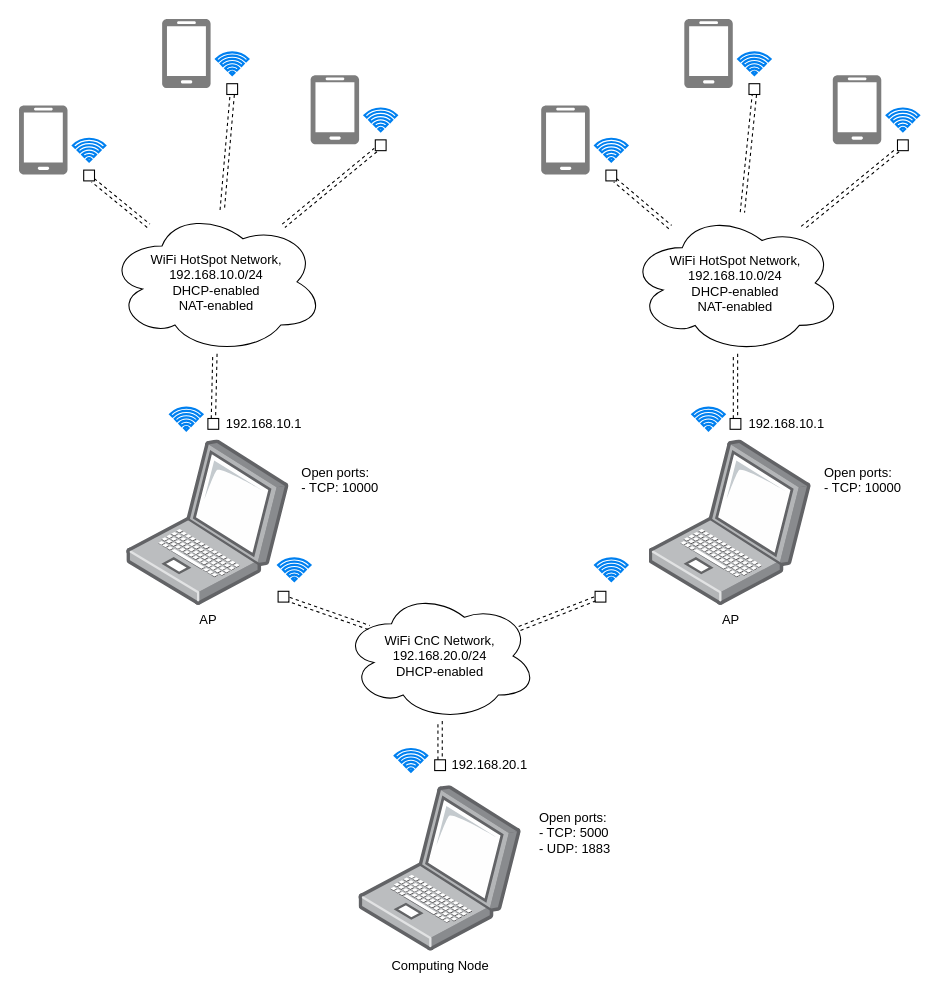
The draw.io diagram page "Network_Diagram" (3 of 3) of docs/report/experiment/images/Deployment Diagram.drawio in Kirkirillka/GPS_Tracker, before the edit. Source tidied: cells renumbered, new cells numbered last; positions are measured from the earlier drawing's top-left corner, leaving out a move shared by most shapes. Both pictures are drawn from the tidied source at 108%, with x=0, y=0 at pixel (18, 18).
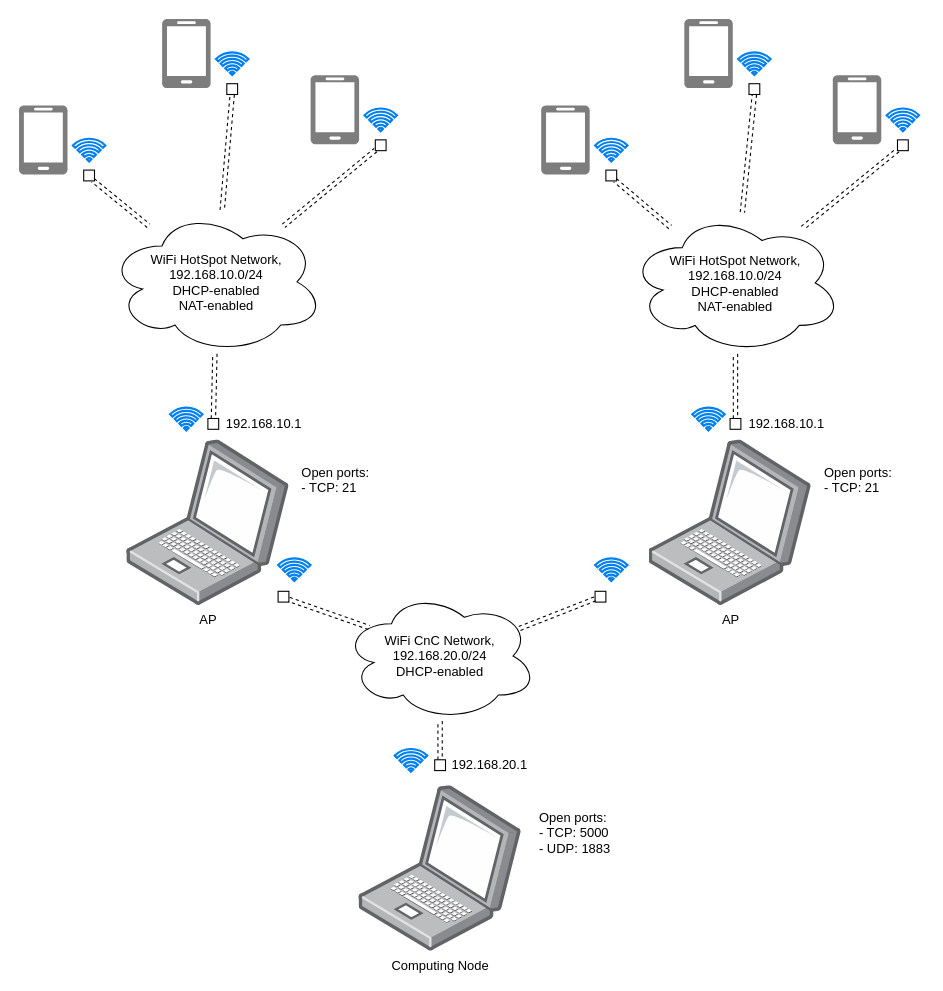
The same page after the edit.

Change to the diagram source:
```diff
@@
-    <mxCell id="32" value="Open ports:&lt;br&gt;- TCP: 10000" style="text;html=1;align=left;verticalAlign=top;spacingTop=-4;" parent="1" vertex="1">
-      <mxGeometry x="260" y="411" width="90" height="30" as="geometry" />
+    <mxCell id="32" value="Open ports:&lt;br&gt;- TCP: 21" style="text;html=1;align=left;verticalAlign=top;spacingTop=-4;" parent="1" vertex="1">
+      <mxGeometry x="260" y="411" width="80" height="30" as="geometry" />
     </mxCell>
@@
-    <mxCell id="58" value="Open ports:&lt;br&gt;- TCP: 10000" style="text;html=1;align=left;verticalAlign=top;spacingTop=-4;" parent="1" vertex="1">
-      <mxGeometry x="743.5" y="411" width="90" height="30" as="geometry" />
+    <mxCell id="58" value="Open ports:&lt;br&gt;- TCP: 21" style="text;html=1;align=left;verticalAlign=top;spacingTop=-4;" parent="1" vertex="1">
+      <mxGeometry x="743.5" y="411" width="80" height="30" as="geometry" />
     </mxCell>
```
